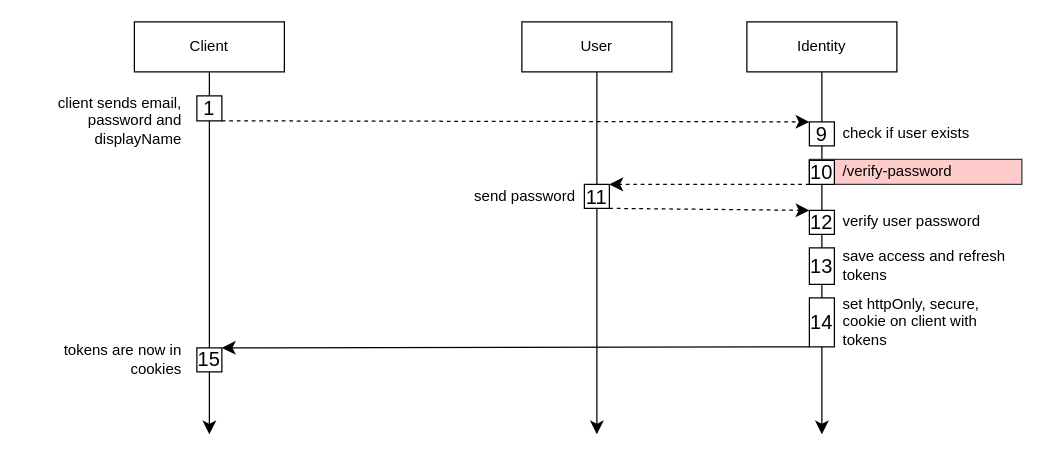
Earlier version of the draw.io diagram page "✅ /generate-tokens" (4 of 5) of identity/docs/diagrams/flowcharts/identity-user.flow.drawio (sourabh-singh-rawat/issue-tracker-services). Source tidied: cells renumbered, new cells numbered last; positions are measured from the earlier drawing's top-left corner, leaving out a move shared by most shapes. Both pictures are drawn from the tidied source at 125%, with x=0, y=0 at pixel (21, 21).
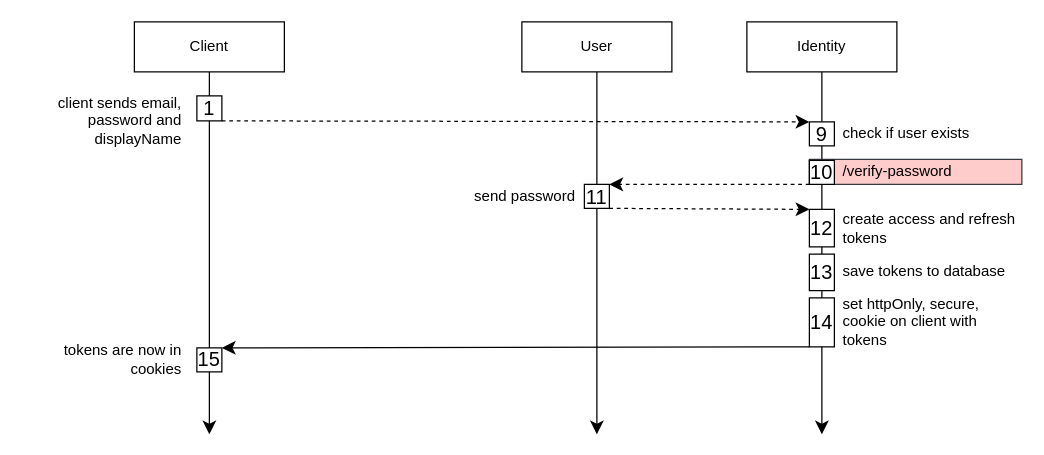
Above is the later version.

Change to the diagram source:
```diff
@@
-    <mxCell id="19" style="group;fontFamily=Helvetica;" parent="1" vertex="1">
-      <mxGeometry x="630" y="150" width="170" height="20" as="geometry" />
+    <mxCell id="19" style="group;fontFamily=Helvetica;fillColor=none;" parent="1" vertex="1">
+      <mxGeometry x="630" y="150" width="170" height="30" as="geometry" />
     </mxCell>
     <mxCell id="20" value="12" style="rounded=0;whiteSpace=wrap;html=1;fontSize=16;fontFamily=Helvetica;" parent="19" vertex="1">
-      <mxGeometry y="0.8" width="20" height="19.2" as="geometry" />
+      <mxGeometry width="20" height="30" as="geometry" />
     </mxCell>
-    <mxCell id="21" value="verify user password" style="text;html=1;strokeColor=none;fillColor=none;align=left;verticalAlign=middle;whiteSpace=wrap;rounded=0;fontSize=12;fontFamily=Helvetica;" parent="19" vertex="1">
-      <mxGeometry x="25" width="145" height="20" as="geometry" />
+    <mxCell id="21" value="create access and refresh tokens" style="text;html=1;strokeColor=none;fillColor=none;align=left;verticalAlign=middle;whiteSpace=wrap;rounded=0;fontSize=12;fontFamily=Helvetica;" parent="19" vertex="1">
+      <mxGeometry x="25" width="145" height="30" as="geometry" />
     </mxCell>
@@
     <mxCell id="25" style="group;fontFamily=Helvetica;" parent="1" vertex="1">
-      <mxGeometry x="630" y="180" width="170" height="30" as="geometry" />
+      <mxGeometry x="630" y="185" width="170" height="30" as="geometry" />
     </mxCell>
@@
-    <mxCell id="27" value="save access and refresh tokens" style="text;html=1;strokeColor=none;fillColor=none;align=left;verticalAlign=middle;whiteSpace=wrap;rounded=0;fontSize=12;fontFamily=Helvetica;" parent="25" vertex="1">
+    <mxCell id="27" value="save tokens to database" style="text;html=1;strokeColor=none;fillColor=none;align=left;verticalAlign=middle;whiteSpace=wrap;rounded=0;fontSize=12;fontFamily=Helvetica;" parent="25" vertex="1">
       <mxGeometry x="25" width="145" height="30" as="geometry" />
     </mxCell>
```
